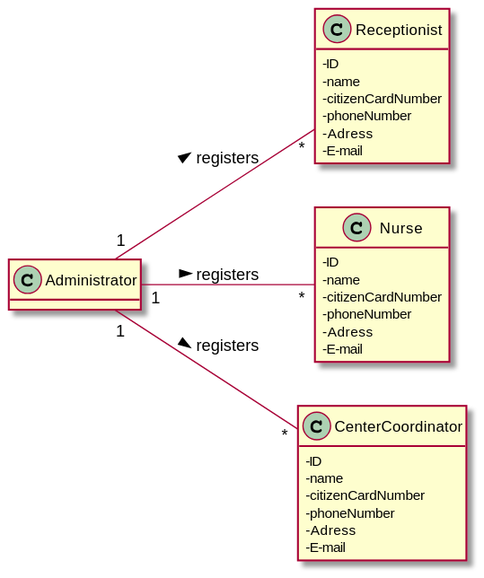
This is docs/SprintD/US/US10/US010_MD.svg from PedroMesquita1211171/VaccinationManager, a PlantUML export, as it was before one commit. Its diagram source:
```plantuml
@startuml
hide methods
left to right direction
skinparam classAttributeIconSize 0

class Administrator{
}

class Receptionist{
-ID
-name
-citizenCardNumber
-phoneNumber
-Adress
-E-mail
}
class Nurse{
-ID
-name
-citizenCardNumber
-phoneNumber
-Adress
-E-mail
}
class CenterCoordinator{
-ID
-name
-citizenCardNumber
-phoneNumber
-Adress
-E-mail
}



Administrator "1"--"*" Receptionist : registers >
Administrator "1"--"*" Nurse : registers >
Administrator "1"--"*" CenterCoordinator : registers >

@enduml
```
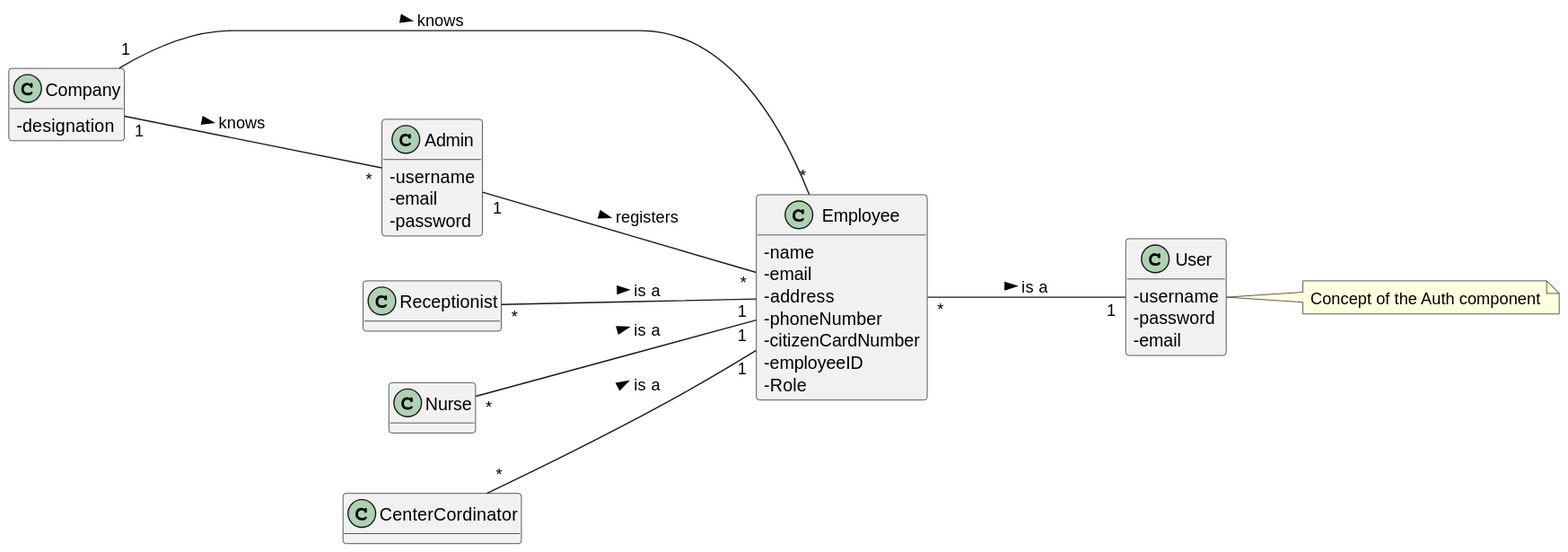
Later version of the same file.

What changed in the source:
```diff
@@ -3,38 +3,54 @@
 left to right direction
 skinparam classAttributeIconSize 0
 
-class Administrator{
+class Company {
+  -designation
 }
 
-class Receptionist{
--ID
--name
--citizenCardNumber
--phoneNumber
--Adress
--E-mail
-}
-class Nurse{
--ID
--name
--citizenCardNumber
--phoneNumber
--Adress
--E-mail
-}
-class CenterCoordinator{
--ID
--name
--citizenCardNumber
--phoneNumber
--Adress
--E-mail
+class Receptionist {
 }
 
+class Nurse {
+}
+
+class CenterCordinator {
+}
+
+class User{
+-username
+-password
+-email
+}
+
+class Employee{
+ -name
+ -email
+ -address
+ -phoneNumber
+ -citizenCardNumber
+ -employeeID
+ -Role
+}
+
+class Admin{
+-username
+-email
+-password
+}
+
+Admin "1"---"*" Employee : registers >
+
+Receptionist "*"---"1"  Employee : is a >
+Nurse "*"---"1"  Employee : is a >
+CenterCordinator "*"---"1"  Employee : is a >
+
+Employee "*"---"1" User : is a >
+
+Company "1"---"*" Employee : knows >
+Company "1"---"*" Admin : knows >
+
+note "Concept of the Auth component" as N1
+User .. N1
 
 
-Administrator "1"--"*" Receptionist : registers >
-Administrator "1"--"*" Nurse : registers >
-Administrator "1"--"*" CenterCoordinator : registers >
-
 @enduml
```
